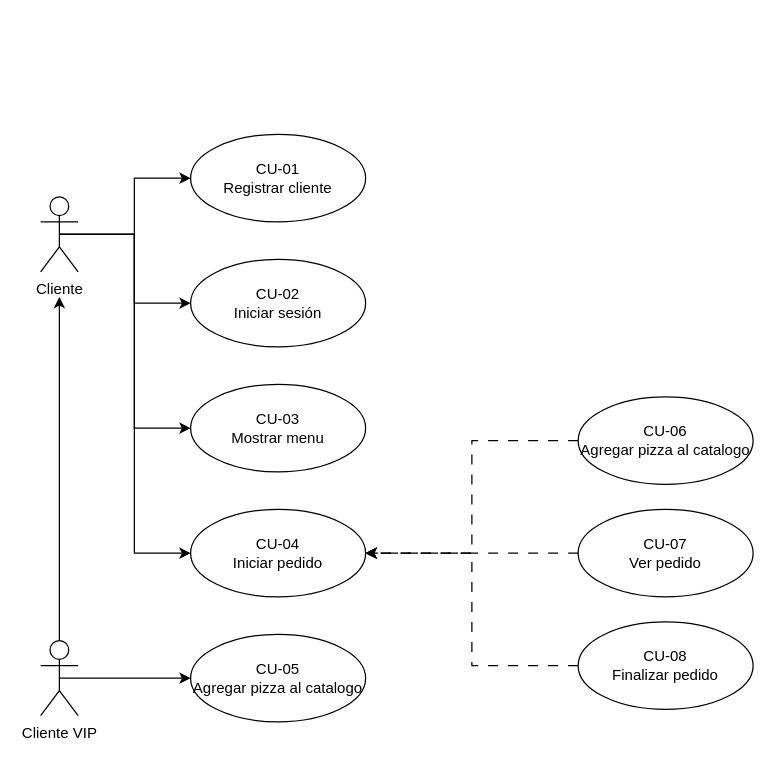
Above: PracticaIterator/Diagrama de casos de uso.drawio in atoroj/ASDM-24-25 (draw.io), before the change. Source tidied: cells renumbered, new cells numbered last; positions are measured from the earlier drawing's top-left corner, leaving out a move shared by most shapes. Both pictures are drawn from the tidied source at 125%, with x=0, y=0 at pixel (40, 134).
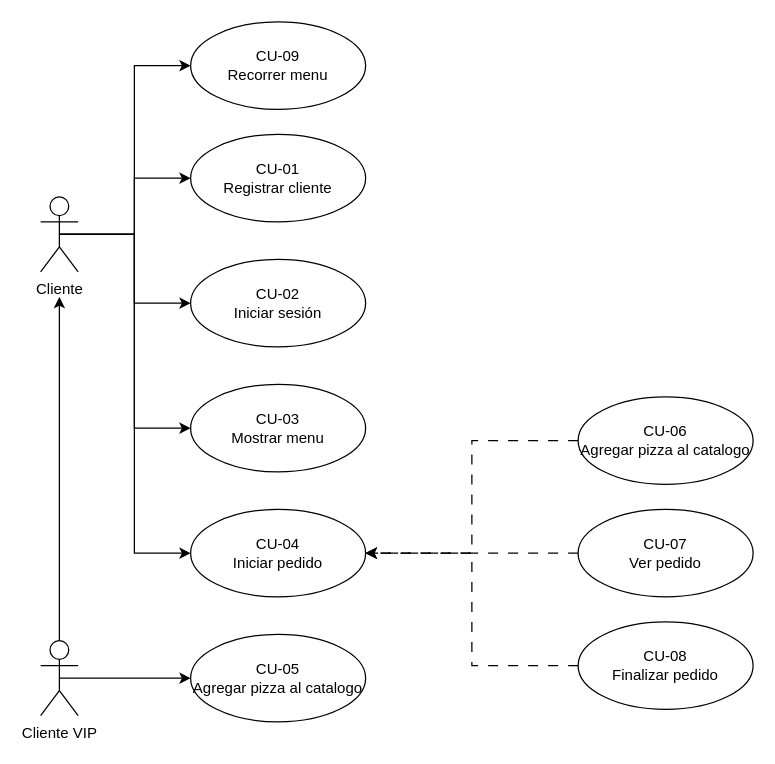
After the change.

Unchanged cells that the change refers to:
```xml
<mxCell id="6" value="Cliente" style="shape=umlActor;verticalLabelPosition=bottom;verticalAlign=top;html=1;outlineConnect=0;" parent="1" vertex="1">
  <mxGeometry y="50" width="30" height="60" as="geometry" />
</mxCell>
```

Diff of the diagram source:
```diff
@@
+    <mxCell id="21" style="edgeStyle=orthogonalEdgeStyle;rounded=0;jettySize=auto;html=1;exitX=0.5;exitY=0.5;exitDx=0;exitDy=0;exitPerimeter=0;entryX=0;entryY=0.5;entryDx=0;entryDy=0;" parent="1" edge="1" source="6" target="22">
+      <mxGeometry relative="1" as="geometry" />
+    </mxCell>
@@
+    <mxCell id="22" value="&lt;div&gt;CU-09&lt;/div&gt;Recorrer menu" style="ellipse;whiteSpace=wrap;html=1;" parent="1" vertex="1">
+      <mxGeometry x="120" y="-90" width="140" height="70" as="geometry" />
+    </mxCell>
```
